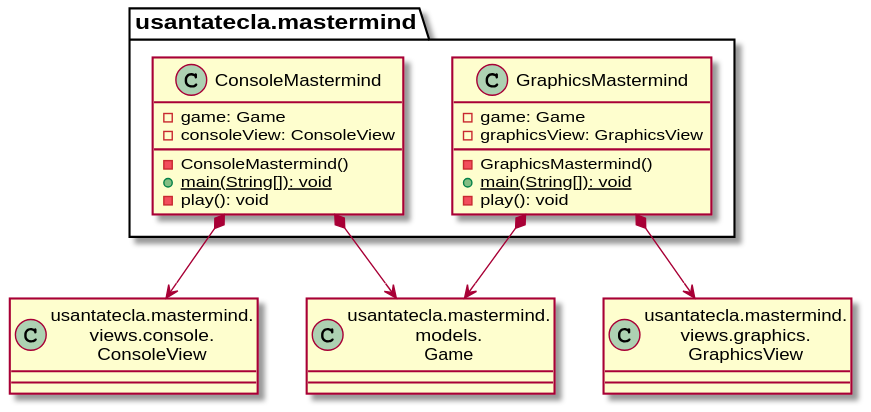
Before: documentView/withoutFactoryMethod/docs/diagrams/out/paquetes/usantatecla.mastermind.svg, a diagram exported from PlantUML (SantaTecla-mastermind/solution.java.swing.socket.sql).
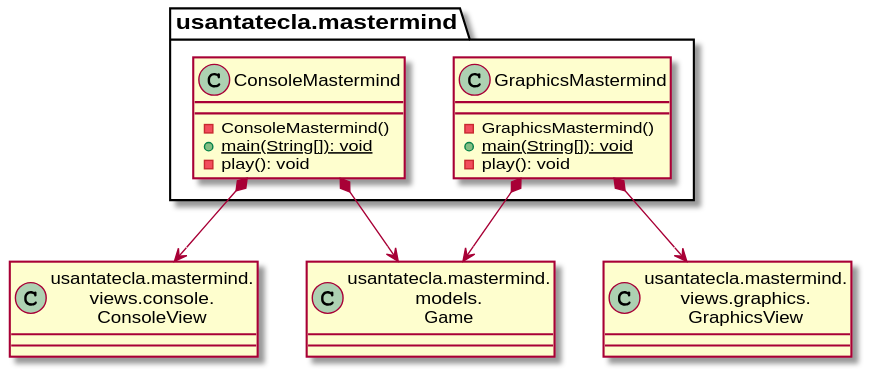
The same file after the commit.

The edit, as a diff of the source:
```diff
@@ -1,15 +1,11 @@
 @startuml
 class usantatecla.mastermind.ConsoleMastermind{
-- game: Game
-- consoleView: ConsoleView
 - ConsoleMastermind()
 + {static} main(String[]): void
 - play(): void
 }
 
 class usantatecla.mastermind.GraphicsMastermind{
-- game: Game
-- graphicsView: GraphicsView
 - GraphicsMastermind()
 + {static} main(String[]): void
 - play(): void
```
